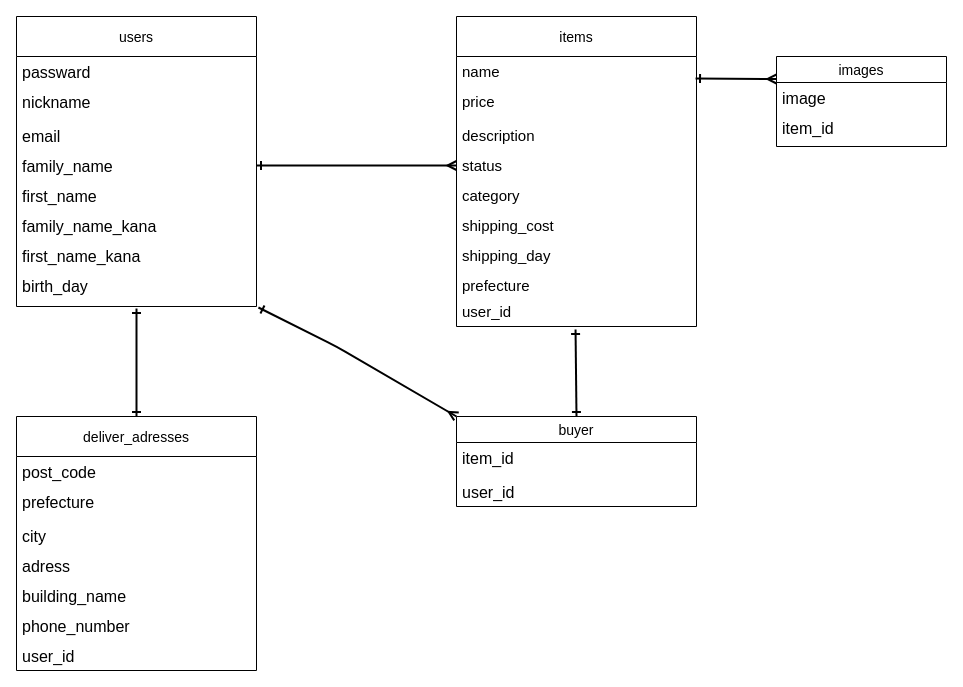
The draw.io diagram ER.dio in YugamiHiroto/furima-37737, before the edit. Source tidied: cells renumbered, new cells numbered last; positions are measured from the earlier drawing's top-left corner, leaving out a move shared by most shapes. Both pictures are drawn from the tidied source at 100%, with x=0, y=0 at pixel (16, 16).
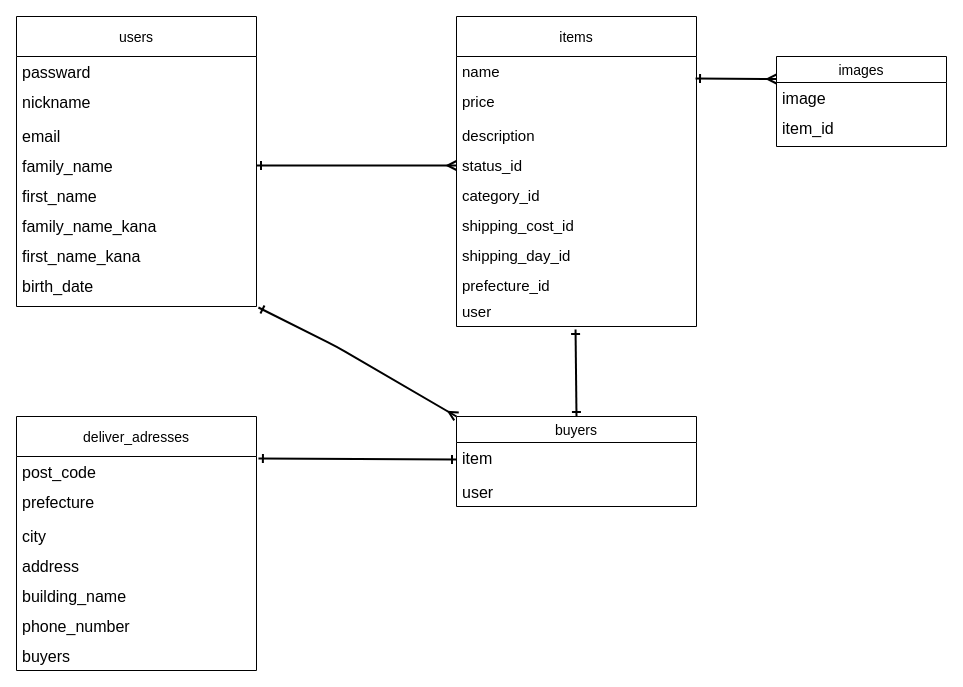
The same page after the edit.

Unchanged cells that the change refers to:
```xml
<mxCell id="2" value="users" style="swimlane;fontStyle=0;horizontal=1;startSize=40;align=center;fontSize=14;direction=east;labelBackgroundColor=default;" parent="1" vertex="1">
  <mxGeometry width="240" height="290" as="geometry" />
</mxCell>
<mxCell id="11" value="items" style="swimlane;fontStyle=0;horizontal=1;startSize=40;align=center;fontSize=14;direction=east;" parent="1" vertex="1">
  <mxGeometry x="440" width="240" height="310" as="geometry" />
</mxCell>
<mxCell id="28" value="deliver_adresses" style="swimlane;fontStyle=0;horizontal=1;startSize=40;align=center;fontSize=14;direction=east;labelBackgroundColor=default;" parent="1" vertex="1">
  <mxGeometry y="400" width="240" height="254" as="geometry" />
</mxCell>
<mxCell id="29" value="post_code" style="text;strokeColor=none;fillColor=none;spacingLeft=4;spacingRight=4;overflow=hidden;points=[[0,0.5],[1,0.5]];portConstraint=eastwest;fontSize=16;" parent="28" vertex="1">
  <mxGeometry y="40" width="240" height="30" as="geometry" />
</mxCell>
```

What changed in the source:
```diff
@@
-    <mxCell id="10" value="birth_day" style="text;strokeColor=none;fillColor=none;spacingLeft=4;spacingRight=4;overflow=hidden;points=[[0,0.5],[1,0.5]];portConstraint=eastwest;fontSize=16;" parent="2" vertex="1">
+    <mxCell id="10" value="birth_date" style="text;strokeColor=none;fillColor=none;spacingLeft=4;spacingRight=4;overflow=hidden;points=[[0,0.5],[1,0.5]];portConstraint=eastwest;fontSize=16;" parent="2" vertex="1">
       <mxGeometry y="254" width="240" height="36" as="geometry" />
     </mxCell>
@@
-    <mxCell id="15" value="status" style="text;strokeColor=none;fillColor=none;spacingLeft=4;spacingRight=4;overflow=hidden;points=[[0,0.5],[1,0.5]];portConstraint=eastwest;fontSize=15;" parent="11" vertex="1">
+    <mxCell id="15" value="status_id&#10;" style="text;strokeColor=none;fillColor=none;spacingLeft=4;spacingRight=4;overflow=hidden;points=[[0,0.5],[1,0.5]];portConstraint=eastwest;fontSize=15;" parent="11" vertex="1">
       <mxGeometry y="134" width="240" height="30" as="geometry" />
     </mxCell>
-    <mxCell id="16" value="category" style="text;strokeColor=none;fillColor=none;spacingLeft=4;spacingRight=4;overflow=hidden;fontSize=15;" parent="11" vertex="1">
+    <mxCell id="16" value="category_id" style="text;strokeColor=none;fillColor=none;spacingLeft=4;spacingRight=4;overflow=hidden;fontSize=15;" parent="11" vertex="1">
       <mxGeometry y="164" width="240" height="30" as="geometry" />
     </mxCell>
-    <mxCell id="17" value="shipping_cost" style="text;strokeColor=none;fillColor=none;spacingLeft=4;spacingRight=4;overflow=hidden;fontSize=15;" parent="11" vertex="1">
+    <mxCell id="17" value="shipping_cost_id" style="text;strokeColor=none;fillColor=none;spacingLeft=4;spacingRight=4;overflow=hidden;fontSize=15;" parent="11" vertex="1">
       <mxGeometry y="194" width="240" height="30" as="geometry" />
     </mxCell>
-    <mxCell id="18" value="shipping_day" style="text;strokeColor=none;fillColor=none;spacingLeft=4;spacingRight=4;overflow=hidden;fontSize=15;" parent="11" vertex="1">
+    <mxCell id="18" value="shipping_day_id" style="text;strokeColor=none;fillColor=none;spacingLeft=4;spacingRight=4;overflow=hidden;fontSize=15;" parent="11" vertex="1">
       <mxGeometry y="224" width="240" height="30" as="geometry" />
     </mxCell>
-    <mxCell id="19" value="prefecture" style="text;strokeColor=none;fillColor=none;spacingLeft=4;spacingRight=4;overflow=hidden;fontSize=15;" parent="11" vertex="1">
+    <mxCell id="19" value="prefecture_id" style="text;strokeColor=none;fillColor=none;spacingLeft=4;spacingRight=4;overflow=hidden;fontSize=15;" parent="11" vertex="1">
       <mxGeometry y="254" width="240" height="26" as="geometry" />
     </mxCell>
-    <mxCell id="20" value="user_id" style="text;strokeColor=none;fillColor=none;spacingLeft=4;spacingRight=4;overflow=hidden;points=[[0,0.5],[1,0.5]];portConstraint=eastwest;fontSize=15;" parent="11" vertex="1">
+    <mxCell id="20" value="user" style="text;strokeColor=none;fillColor=none;spacingLeft=4;spacingRight=4;overflow=hidden;points=[[0,0.5],[1,0.5]];portConstraint=eastwest;fontSize=15;" parent="11" vertex="1">
       <mxGeometry y="280" width="240" height="30" as="geometry" />
     </mxCell>
@@
-    <mxCell id="24" value="buyer" style="swimlane;fontStyle=0;horizontal=1;startSize=26;align=center;fontSize=14;labelBackgroundColor=none;" parent="1" vertex="1">
+    <mxCell id="24" value="buyers" style="swimlane;fontStyle=0;horizontal=1;startSize=26;align=center;fontSize=14;labelBackgroundColor=none;" parent="1" vertex="1">
       <mxGeometry x="440" y="400" width="240" height="90" as="geometry" />
     </mxCell>
-    <mxCell id="25" value="item_id" style="text;strokeColor=none;fillColor=none;spacingLeft=4;spacingRight=4;overflow=hidden;points=[[0,0.5],[1,0.5]];portConstraint=eastwest;fontSize=16;labelBackgroundColor=none;fontColor=default;" parent="24" vertex="1">
+    <mxCell id="25" value="item" style="text;strokeColor=none;fillColor=none;spacingLeft=4;spacingRight=4;overflow=hidden;points=[[0,0.5],[1,0.5]];portConstraint=eastwest;fontSize=16;labelBackgroundColor=none;fontColor=default;" parent="24" vertex="1">
       <mxGeometry y="26" width="240" height="34" as="geometry" />
     </mxCell>
-    <mxCell id="26" value="user_id" style="text;strokeColor=none;fillColor=none;spacingLeft=4;spacingRight=4;overflow=hidden;fontSize=16;labelBackgroundColor=none;fontColor=default;" parent="24" vertex="1">
+    <mxCell id="26" value="user" style="text;strokeColor=none;fillColor=none;spacingLeft=4;spacingRight=4;overflow=hidden;fontSize=16;labelBackgroundColor=none;fontColor=default;" parent="24" vertex="1">
       <mxGeometry y="60" width="240" height="30" as="geometry" />
     </mxCell>
-    <mxCell id="27" style="edgeStyle=none;html=1;exitX=0.5;exitY=0;exitDx=0;exitDy=0;entryX=0.5;entryY=1.056;entryDx=0;entryDy=0;entryPerimeter=0;fontSize=16;fontColor=default;startArrow=ERone;startFill=0;endArrow=ERone;endFill=0;targetPerimeterSpacing=-1;strokeWidth=2;" parent="1" edge="1" source="28" target="10">
-      <mxGeometry relative="1" as="geometry" />
-    </mxCell>
@@
-    <mxCell id="32" value="adress" style="text;strokeColor=none;fillColor=none;spacingLeft=4;spacingRight=4;overflow=hidden;fontSize=16;" parent="28" vertex="1">
+    <mxCell id="32" value="address" style="text;strokeColor=none;fillColor=none;spacingLeft=4;spacingRight=4;overflow=hidden;fontSize=16;" parent="28" vertex="1">
       <mxGeometry y="134" width="240" height="30" as="geometry" />
     </mxCell>
@@
-    <mxCell id="35" value="user_id" style="text;strokeColor=none;fillColor=none;spacingLeft=4;spacingRight=4;overflow=hidden;fontSize=16;" parent="28" vertex="1">
+    <mxCell id="35" value="buyers" style="text;strokeColor=none;fillColor=none;spacingLeft=4;spacingRight=4;overflow=hidden;fontSize=16;" parent="28" vertex="1">
       <mxGeometry y="224" width="240" height="30" as="geometry" />
     </mxCell>
@@
+    <mxCell id="40" style="edgeStyle=none;html=1;exitX=0;exitY=0.5;exitDx=0;exitDy=0;entryX=1.008;entryY=0.067;entryDx=0;entryDy=0;entryPerimeter=0;fontSize=16;fontColor=default;startArrow=ERone;startFill=0;endArrow=ERone;endFill=0;targetPerimeterSpacing=-1;strokeWidth=2;" parent="1" edge="1" source="25" target="29">
+      <mxGeometry relative="1" as="geometry" />
+    </mxCell>
```
